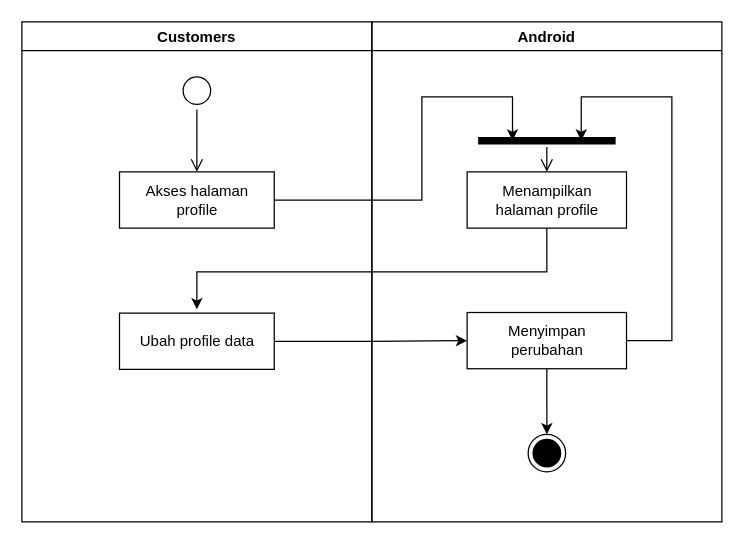
This is Dokumen TA/Diagram/activity_diagram/user/user pengaturan akun.drawio from secondline16/ptsuryasafetynusantara, a draw.io file, before an edit. Source tidied: cells renumbered, new cells numbered last; positions are measured from the earlier drawing's top-left corner, leaving out a move shared by most shapes. Both pictures are drawn from the tidied source at 125%, with x=0, y=0 at pixel (21, 21).
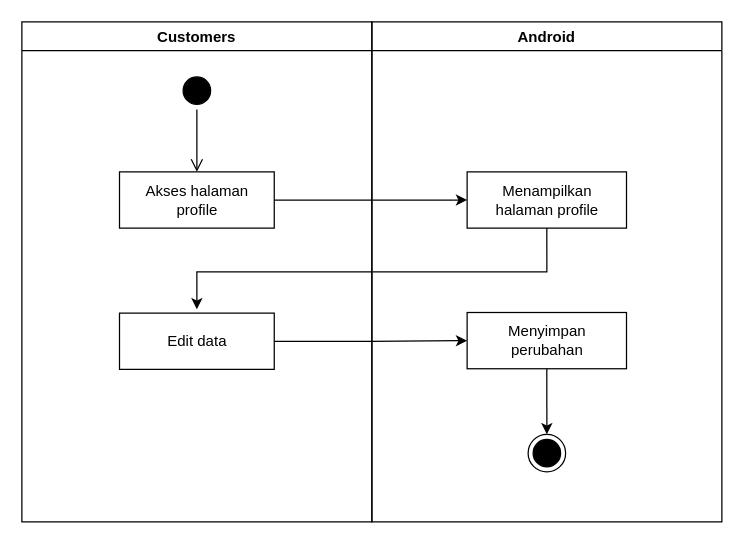
The same page after the edit.

The change refers to these unchanged cells:
```xml
<mxCell id="2" value="Android" style="swimlane;fillColor=none;" parent="1" vertex="1">
  <mxGeometry x="280" width="280" height="400" as="geometry" />
</mxCell>
<mxCell id="3" value="Menampilkan&lt;br&gt;halaman profile" style="html=1;strokeColor=#000000;fillColor=default;" parent="2" vertex="1">
  <mxGeometry x="76.2" y="120" width="127.5" height="45" as="geometry" />
</mxCell>
<mxCell id="7" value="Menyimpan&lt;br&gt;perubahan" style="html=1;strokeColor=#000000;fillColor=default;" parent="2" vertex="1">
  <mxGeometry x="76.2" y="232.5" width="127.5" height="45" as="geometry" />
</mxCell>
<mxCell id="10" value="Customers" style="swimlane;fillColor=none;startSize=23;" parent="1" vertex="1">
  <mxGeometry width="280" height="400" as="geometry" />
</mxCell>
<mxCell id="13" value="Akses halaman&lt;br&gt;profile" style="html=1;strokeColor=#000000;fillColor=default;" parent="10" vertex="1">
  <mxGeometry x="78.1" y="120" width="123.8" height="45" as="geometry" />
</mxCell>
```

What changed in the source:
```diff
@@
-    <mxCell id="6" style="edgeStyle=orthogonalEdgeStyle;rounded=0;jettySize=auto;html=1;exitX=1;exitY=0.5;exitDx=0;exitDy=0;entryX=0.75;entryY=0.5;entryDx=0;entryDy=0;entryPerimeter=0;" parent="2" edge="1" source="7" target="8">
-      <mxGeometry relative="1" as="geometry">
-        <Array as="points">
-          <mxPoint x="240" y="255" />
-          <mxPoint x="240" y="60" />
-          <mxPoint x="167" y="60" />
-        </Array>
-      </mxGeometry>
-    </mxCell>
@@
-    <mxCell id="8" style="shape=line;html=1;strokeWidth=6;strokeColor=#000000;" parent="2" vertex="1">
-      <mxGeometry x="85" y="90" width="110" height="10" as="geometry" />
-    </mxCell>
-    <mxCell id="9" style="edgeStyle=orthogonalEdgeStyle;html=1;verticalAlign=bottom;endArrow=open;endSize=8;strokeColor=#000000;rounded=0;entryX=0.5;entryY=0;entryDx=0;entryDy=0;" parent="2" edge="1" source="8" target="3">
-      <mxGeometry relative="1" as="geometry" />
-    </mxCell>
@@
-    <mxCell id="11" style="ellipse;html=1;shape=startState;fillColor=default;strokeColor=#000000;" parent="10" vertex="1">
+    <mxCell id="11" style="ellipse;html=1;shape=startState;fillColor=#000000;strokeColor=#000000;" parent="10" vertex="1">
       <mxGeometry x="125" y="40" width="30" height="30" as="geometry" />
     </mxCell>
@@
-    <mxCell id="14" value="Ubah profile data" style="html=1;strokeColor=#000000;fillColor=default;" parent="10" vertex="1">
+    <mxCell id="14" value="Edit data" style="html=1;strokeColor=#000000;fillColor=default;" parent="10" vertex="1">
       <mxGeometry x="78.1" y="233" width="123.8" height="45" as="geometry" />
     </mxCell>
-    <mxCell id="15" style="edgeStyle=orthogonalEdgeStyle;rounded=0;jettySize=auto;html=1;exitX=1;exitY=0.5;exitDx=0;exitDy=0;strokeColor=#000000;entryX=0.25;entryY=0.5;entryDx=0;entryDy=0;entryPerimeter=0;" parent="1" edge="1" source="13" target="8">
+    <mxCell id="15" style="edgeStyle=orthogonalEdgeStyle;rounded=0;jettySize=auto;html=1;exitX=1;exitY=0.5;exitDx=0;exitDy=0;strokeColor=#000000;entryX=0;entryY=0.5;entryDx=0;entryDy=0;" parent="1" edge="1" source="13" target="3">
       <mxGeometry relative="1" as="geometry">
         <Array as="points">
-          <mxPoint x="320" y="142" />
-          <mxPoint x="320" y="60" />
-          <mxPoint x="393" y="60" />
+          <mxPoint x="320" y="143" />
+          <mxPoint x="320" y="143" />
         </Array>
       </mxGeometry>
     </mxCell>
```
